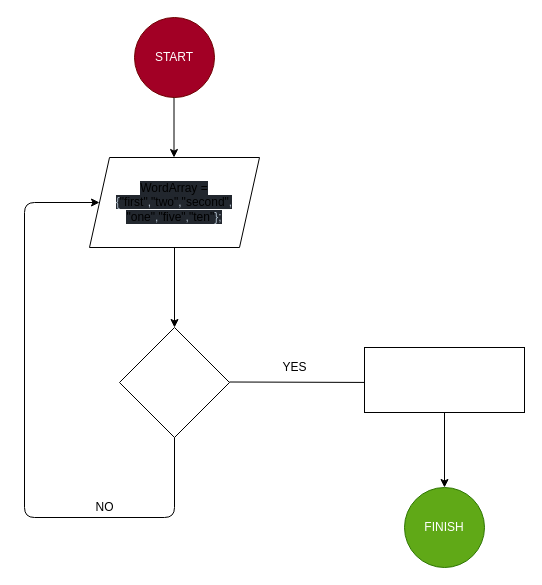
This is Diagramm/.drawio from ACBelova/TaskFinish, a draw.io file, before an edit. Source tidied: cells renumbered, new cells numbered last; positions are measured from the earlier drawing's top-left corner, leaving out a move shared by most shapes. Both pictures are drawn from the tidied source at 100%, with x=0, y=0 at pixel (24, 17).
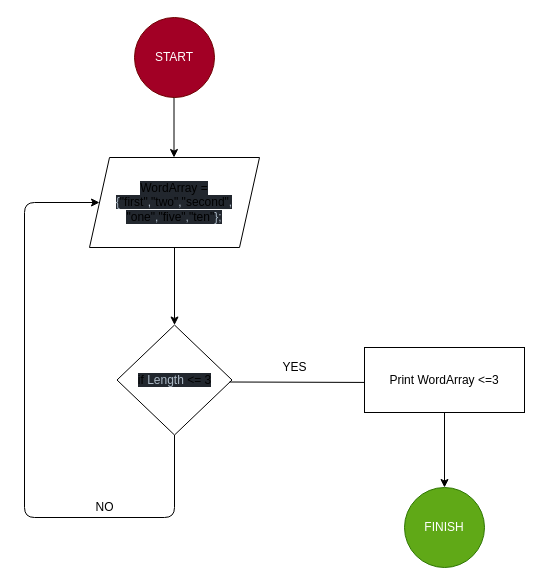
Above is the later version.

Diff of the diagram source:
```diff
@@
 <mxGraphModel>
   <root>
     <mxCell id="0" />
     <mxCell id="1" parent="0" />
     <mxCell id="2" value="START" style="ellipse;whiteSpace=wrap;html=1;fillColor=#a20025;fontColor=#ffffff;strokeColor=#6F0000;" parent="1" vertex="1">
       <mxGeometry x="110" width="80" height="80" as="geometry" />
     </mxCell>
     <mxCell id="3" value="FINISH" style="ellipse;whiteSpace=wrap;html=1;fillColor=#60a917;fontColor=#ffffff;strokeColor=#2D7600;" parent="1" vertex="1">
       <mxGeometry x="380" y="470" width="80" height="80" as="geometry" />
     </mxCell>
     <mxCell id="4" style="endArrow=classic;html=1;" parent="1" edge="1">
       <mxGeometry relative="1" as="geometry">
         <mxPoint x="149.5" y="80" as="sourcePoint" />
         <mxPoint x="149.5" y="140" as="targetPoint" />
       </mxGeometry>
     </mxCell>
     <mxCell id="5" value="&lt;span class=&quot;pl-en&quot; style=&quot;box-sizing: border-box ; font-size: 12px ; font-style: normal ; font-weight: 400 ; letter-spacing: normal ; text-indent: 0px ; text-transform: none ; word-spacing: 0px ; background-color: rgb(34 , 39 , 46)&quot;&gt;WordArray&lt;/span&gt;&lt;span style=&quot;color: rgb(173 , 186 , 199) ; font-size: 12px ; font-style: normal ; font-weight: 400 ; letter-spacing: normal ; text-indent: 0px ; text-transform: none ; word-spacing: 0px ; background-color: rgb(34 , 39 , 46) ; display: inline ; float: none&quot;&gt; &lt;/span&gt;&lt;span class=&quot;pl-k&quot; style=&quot;box-sizing: border-box ; font-size: 12px ; font-style: normal ; font-weight: 400 ; letter-spacing: normal ; text-indent: 0px ; text-transform: none ; word-spacing: 0px ; background-color: rgb(34 , 39 , 46)&quot;&gt;=&lt;/span&gt;&lt;span style=&quot;color: rgb(173 , 186 , 199) ; font-size: 12px ; font-style: normal ; font-weight: 400 ; letter-spacing: normal ; text-indent: 0px ; text-transform: none ; word-spacing: 0px ; background-color: rgb(34 , 39 , 46) ; display: inline ; float: none&quot;&gt;{&lt;/span&gt;&lt;span class=&quot;pl-s&quot; style=&quot;box-sizing: border-box ; font-size: 12px ; font-style: normal ; font-weight: 400 ; letter-spacing: normal ; text-indent: 0px ; text-transform: none ; word-spacing: 0px ; background-color: rgb(34 , 39 , 46)&quot;&gt;&lt;span class=&quot;pl-pds&quot; style=&quot;box-sizing: border-box&quot;&gt;&quot;&lt;/span&gt;first&lt;span class=&quot;pl-pds&quot; style=&quot;box-sizing: border-box&quot;&gt;&quot;&lt;/span&gt;&lt;/span&gt;&lt;span style=&quot;color: rgb(173 , 186 , 199) ; font-size: 12px ; font-style: normal ; font-weight: 400 ; letter-spacing: normal ; text-indent: 0px ; text-transform: none ; word-spacing: 0px ; background-color: rgb(34 , 39 , 46) ; display: inline ; float: none&quot;&gt;,&lt;/span&gt;&lt;span class=&quot;pl-s&quot; style=&quot;box-sizing: border-box ; font-size: 12px ; font-style: normal ; font-weight: 400 ; letter-spacing: normal ; text-indent: 0px ; text-transform: none ; word-spacing: 0px ; background-color: rgb(34 , 39 , 46)&quot;&gt;&lt;span class=&quot;pl-pds&quot; style=&quot;box-sizing: border-box&quot;&gt;&quot;&lt;/span&gt;two&lt;span class=&quot;pl-pds&quot; style=&quot;box-sizing: border-box&quot;&gt;&quot;&lt;/span&gt;&lt;/span&gt;&lt;span style=&quot;color: rgb(173 , 186 , 199) ; font-size: 12px ; font-style: normal ; font-weight: 400 ; letter-spacing: normal ; text-indent: 0px ; text-transform: none ; word-spacing: 0px ; background-color: rgb(34 , 39 , 46) ; display: inline ; float: none&quot;&gt;,&lt;/span&gt;&lt;span class=&quot;pl-s&quot; style=&quot;box-sizing: border-box ; font-size: 12px ; font-style: normal ; font-weight: 400 ; letter-spacing: normal ; text-indent: 0px ; text-transform: none ; word-spacing: 0px ; background-color: rgb(34 , 39 , 46)&quot;&gt;&lt;span class=&quot;pl-pds&quot; style=&quot;box-sizing: border-box&quot;&gt;&quot;&lt;/span&gt;second&lt;span class=&quot;pl-pds&quot; style=&quot;box-sizing: border-box&quot;&gt;&quot;&lt;/span&gt;&lt;/span&gt;&lt;span style=&quot;color: rgb(173 , 186 , 199) ; font-size: 12px ; font-style: normal ; font-weight: 400 ; letter-spacing: normal ; text-indent: 0px ; text-transform: none ; word-spacing: 0px ; background-color: rgb(34 , 39 , 46) ; display: inline ; float: none&quot;&gt;,&lt;br&gt;&lt;/span&gt;&lt;span class=&quot;pl-s&quot; style=&quot;box-sizing: border-box ; font-size: 12px ; font-style: normal ; font-weight: 400 ; letter-spacing: normal ; text-indent: 0px ; text-transform: none ; word-spacing: 0px ; background-color: rgb(34 , 39 , 46)&quot;&gt;&lt;span class=&quot;pl-pds&quot; style=&quot;box-sizing: border-box&quot;&gt;&quot;&lt;/span&gt;one&lt;span class=&quot;pl-pds&quot; style=&quot;box-sizing: border-box&quot;&gt;&quot;&lt;/span&gt;&lt;/span&gt;&lt;span style=&quot;color: rgb(173 , 186 , 199) ; font-size: 12px ; font-style: normal ; font-weight: 400 ; letter-spacing: normal ; text-indent: 0px ; text-transform: none ; word-spacing: 0px ; background-color: rgb(34 , 39 , 46) ; display: inline ; float: none&quot;&gt;,&lt;/span&gt;&lt;span class=&quot;pl-s&quot; style=&quot;box-sizing: border-box ; font-size: 12px ; font-style: normal ; font-weight: 400 ; letter-spacing: normal ; text-indent: 0px ; text-transform: none ; word-spacing: 0px ; background-color: rgb(34 , 39 , 46)&quot;&gt;&lt;span class=&quot;pl-pds&quot; style=&quot;box-sizing: border-box&quot;&gt;&quot;&lt;/span&gt;five&lt;span class=&quot;pl-pds&quot; style=&quot;box-sizing: border-box&quot;&gt;&quot;&lt;/span&gt;&lt;/span&gt;&lt;span style=&quot;color: rgb(173 , 186 , 199) ; font-size: 12px ; font-style: normal ; font-weight: 400 ; letter-spacing: normal ; text-indent: 0px ; text-transform: none ; word-spacing: 0px ; background-color: rgb(34 , 39 , 46) ; display: inline ; float: none&quot;&gt;,&lt;/span&gt;&lt;span class=&quot;pl-s&quot; style=&quot;box-sizing: border-box ; font-size: 12px ; font-style: normal ; font-weight: 400 ; letter-spacing: normal ; text-indent: 0px ; text-transform: none ; word-spacing: 0px ; background-color: rgb(34 , 39 , 46)&quot;&gt;&lt;span class=&quot;pl-pds&quot; style=&quot;box-sizing: border-box&quot;&gt;&quot;&lt;/span&gt;ten&lt;span class=&quot;pl-pds&quot; style=&quot;box-sizing: border-box&quot;&gt;&quot;&lt;/span&gt;&lt;/span&gt;&lt;span style=&quot;color: rgb(173 , 186 , 199) ; font-size: 12px ; font-style: normal ; font-weight: 400 ; letter-spacing: normal ; text-indent: 0px ; text-transform: none ; word-spacing: 0px ; background-color: rgb(34 , 39 , 46) ; display: inline ; float: none&quot;&gt;};&lt;/span&gt;" style="shape=parallelogram;perimeter=parallelogramPerimeter;whiteSpace=wrap;html=1;fixedSize=1;" parent="1" vertex="1">
       <mxGeometry x="65" y="140" width="170" height="90" as="geometry" />
     </mxCell>
     <mxCell id="6" style="endArrow=classic;html=1;" parent="1" edge="1" target="7">
       <mxGeometry relative="1" as="geometry">
         <mxPoint x="150" y="230" as="sourcePoint" />
       </mxGeometry>
     </mxCell>
-    <mxCell id="7" style="rhombus;whiteSpace=wrap;html=1;" parent="1" vertex="1">
-      <mxGeometry x="95" y="310" width="110" height="110" as="geometry" />
+    <mxCell id="7" value="&lt;span class=&quot;pl-k&quot; style=&quot;box-sizing: border-box ; font-family: , , &amp;#34;sf mono&amp;#34; , &amp;#34;menlo&amp;#34; , &amp;#34;consolas&amp;#34; , &amp;#34;liberation mono&amp;#34; , monospace ; background-color: rgb(34 , 39 , 46)&quot;&gt;if&lt;/span&gt;&lt;span style=&quot;color: rgb(173 , 186 , 199) ; font-family: , , &amp;#34;sf mono&amp;#34; , &amp;#34;menlo&amp;#34; , &amp;#34;consolas&amp;#34; , &amp;#34;liberation mono&amp;#34; , monospace ; background-color: rgb(34 , 39 , 46)&quot;&gt; &lt;/span&gt;&lt;span class=&quot;pl-smi&quot; style=&quot;box-sizing: border-box ; color: rgb(173 , 186 , 199) ; font-family: , , &amp;#34;sf mono&amp;#34; , &amp;#34;menlo&amp;#34; , &amp;#34;consolas&amp;#34; , &amp;#34;liberation mono&amp;#34; , monospace ; background-color: rgb(34 , 39 , 46)&quot;&gt;Length&lt;/span&gt;&lt;span style=&quot;color: rgb(173 , 186 , 199) ; font-family: , , &amp;#34;sf mono&amp;#34; , &amp;#34;menlo&amp;#34; , &amp;#34;consolas&amp;#34; , &amp;#34;liberation mono&amp;#34; , monospace ; background-color: rgb(34 , 39 , 46)&quot;&gt; &lt;/span&gt;&lt;span class=&quot;pl-k&quot; style=&quot;box-sizing: border-box ; font-family: , , &amp;#34;sf mono&amp;#34; , &amp;#34;menlo&amp;#34; , &amp;#34;consolas&amp;#34; , &amp;#34;liberation mono&amp;#34; , monospace ; background-color: rgb(34 , 39 , 46)&quot;&gt;&amp;lt;=&lt;/span&gt;&lt;span style=&quot;color: rgb(173 , 186 , 199) ; font-family: , , &amp;#34;sf mono&amp;#34; , &amp;#34;menlo&amp;#34; , &amp;#34;consolas&amp;#34; , &amp;#34;liberation mono&amp;#34; , monospace ; background-color: rgb(34 , 39 , 46)&quot;&gt; &lt;/span&gt;&lt;span class=&quot;pl-c1&quot; style=&quot;box-sizing: border-box ; font-family: , , &amp;#34;sf mono&amp;#34; , &amp;#34;menlo&amp;#34; , &amp;#34;consolas&amp;#34; , &amp;#34;liberation mono&amp;#34; , monospace ; background-color: rgb(34 , 39 , 46)&quot;&gt;3&lt;/span&gt;" style="rhombus;whiteSpace=wrap;html=1;" parent="1" vertex="1">
+      <mxGeometry x="92.5" y="307.5" width="115" height="110" as="geometry" />
     </mxCell>
     <mxCell id="8" style="endArrow=classic;html=1;" parent="1" edge="1">
       <mxGeometry relative="1" as="geometry">
         <mxPoint x="205" y="364.5" as="sourcePoint" />
         <mxPoint x="361" y="365" as="targetPoint" />
       </mxGeometry>
     </mxCell>
     <mxCell id="9" style="endArrow=classic;html=1;exitX=0.5;exitY=1;exitDx=0;exitDy=0;entryX=0;entryY=0.5;entryDx=0;entryDy=0;" parent="1" edge="1" source="7" target="5">
       <mxGeometry relative="1" as="geometry">
         <Array as="points">
           <mxPoint x="150" y="500" />
           <mxPoint y="500" />
           <mxPoint y="185" />
         </Array>
       </mxGeometry>
     </mxCell>
     <mxCell id="10" value="NO" style="text;html=1;align=center;verticalAlign=middle;strokeColor=none;fillColor=none;" parent="1" vertex="1">
       <mxGeometry x="65" y="480" width="30" height="20" as="geometry" />
     </mxCell>
     <mxCell id="11" value="YES" style="text;html=1;align=center;verticalAlign=middle;strokeColor=none;fillColor=none;" parent="1" vertex="1">
       <mxGeometry x="250" y="340" width="40" height="20" as="geometry" />
     </mxCell>
     <mxCell id="12" style="edgeStyle=none;html=1;exitX=0.5;exitY=1;exitDx=0;exitDy=0;" parent="1" edge="1" source="13" target="3">
       <mxGeometry relative="1" as="geometry" />
     </mxCell>
-    <mxCell id="13" style="rounded=0;whiteSpace=wrap;html=1;" parent="1" vertex="1">
+    <mxCell id="13" value="Print WordArray &amp;lt;=3" style="rounded=0;whiteSpace=wrap;html=1;" parent="1" vertex="1">
       <mxGeometry x="340" y="330" width="160" height="65" as="geometry" />
     </mxCell>
   </root>
 </mxGraphModel>
```
